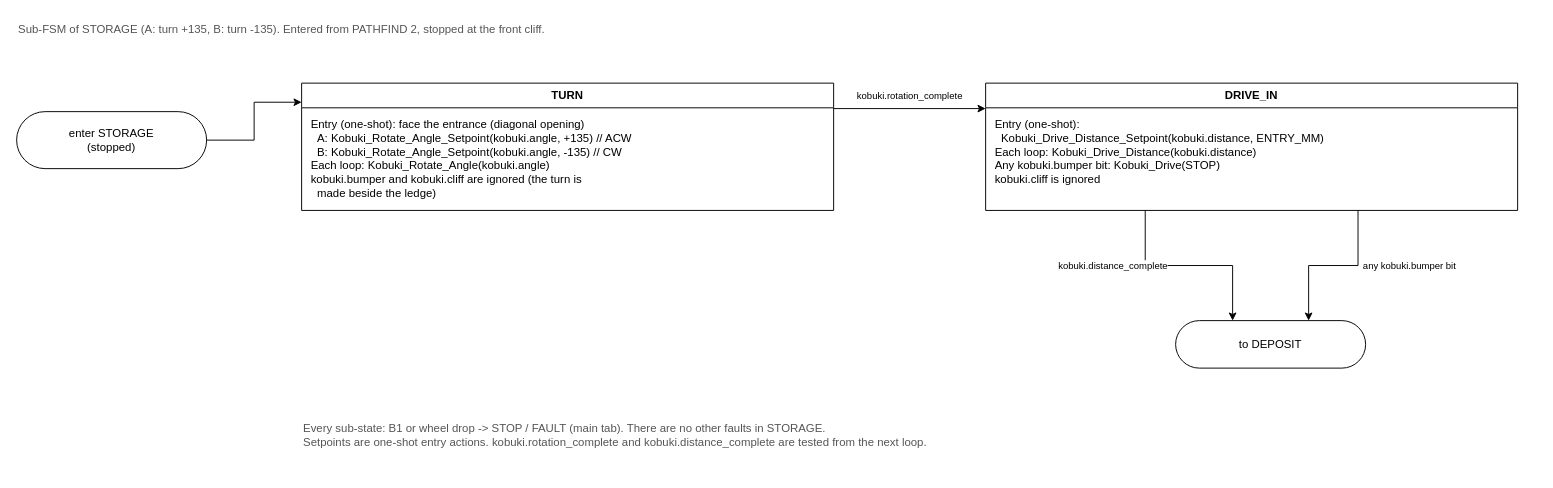
This is page "STORAGE" (3 of 3) of docs/amu_fsm.drawio from hiten011/MicroControllingProject, a draw.io file, before an edit. Source tidied: cells renumbered, new cells numbered last; positions are measured from the earlier drawing's top-left corner, leaving out a move shared by most shapes. Both pictures are drawn from the tidied source at 95%, with x=0, y=0 at pixel (16, 16).
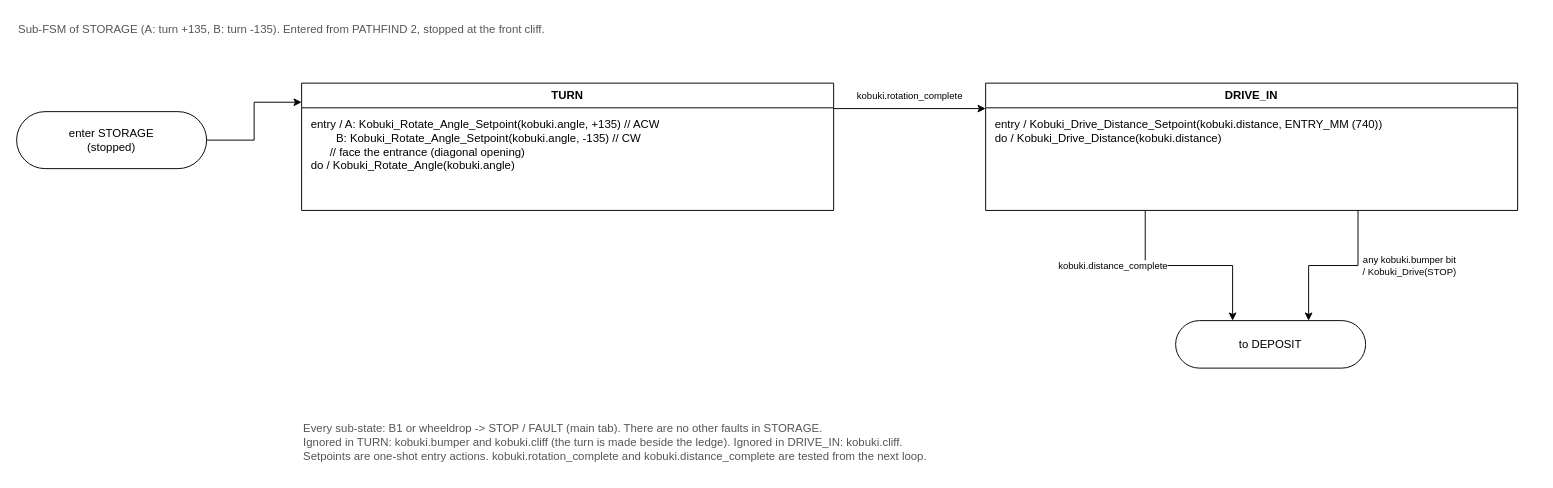
The same page after the edit.

Commit message (it also covers changes not shown here):
Show only actions in the FSM boxes, put every condition on the edges

Diff of the diagram source:
```diff
@@
 <mxGraphModel>
   <root>
     <mxCell id="0" />
     <mxCell id="1" parent="0" />
     <mxCell id="2" value="Sub-FSM of STORAGE (A: turn +135, B: turn -135). Entered from PATHFIND 2, stopped at the front cliff." style="text;html=1;align=left;verticalAlign=top;whiteSpace=wrap;fontSize=12;fontFamily=Helvetica;fontColor=#555555;" parent="1" vertex="1">
       <mxGeometry width="1600" height="27" as="geometry" />
     </mxCell>
     <mxCell id="3" value="enter STORAGE&lt;br&gt;(stopped)" style="rounded=1;arcSize=50;html=1;whiteSpace=wrap;align=center;verticalAlign=middle;fontSize=12;fontFamily=Helvetica;fillColor=#ffffff;strokeColor=#000000;" parent="1" vertex="1">
       <mxGeometry y="100" width="200" height="60" as="geometry" />
     </mxCell>
     <mxCell id="4" value="TURN" style="swimlane;fontStyle=1;align=center;verticalAlign=middle;startSize=26;horizontal=1;html=1;whiteSpace=wrap;fontSize=12;fontFamily=Helvetica;fillColor=#ffffff;strokeColor=#000000;swimlaneFillColor=#ffffff;" parent="1" vertex="1">
       <mxGeometry x="300" y="70" width="560" height="134" as="geometry" />
     </mxCell>
-    <mxCell id="5" value="Entry (one-shot): face the entrance (diagonal opening)&lt;br&gt;&amp;nbsp;&amp;nbsp;A: Kobuki_Rotate_Angle_Setpoint(kobuki.angle, +135)   // ACW&lt;br&gt;&amp;nbsp;&amp;nbsp;B: Kobuki_Rotate_Angle_Setpoint(kobuki.angle, -135)   // CW&lt;br&gt;Each loop: Kobuki_Rotate_Angle(kobuki.angle)&lt;br&gt;kobuki.bumper and kobuki.cliff are ignored (the turn is&lt;br&gt;&amp;nbsp;&amp;nbsp;made beside the ledge)" style="text;html=1;align=left;verticalAlign=top;whiteSpace=wrap;spacingLeft=8;spacingRight=6;spacingTop=4;fontSize=12;fontFamily=Helvetica;overflow=hidden;" parent="4" vertex="1">
+    <mxCell id="5" value="entry / A: Kobuki_Rotate_Angle_Setpoint(kobuki.angle, +135)   // ACW&lt;br&gt;&amp;nbsp;&amp;nbsp;&amp;nbsp;&amp;nbsp;&amp;nbsp;&amp;nbsp;&amp;nbsp;&amp;nbsp;B: Kobuki_Rotate_Angle_Setpoint(kobuki.angle, -135)   // CW&lt;br&gt;&amp;nbsp;&amp;nbsp;&amp;nbsp;&amp;nbsp;&amp;nbsp;&amp;nbsp;// face the entrance (diagonal opening)&lt;br&gt;do / Kobuki_Rotate_Angle(kobuki.angle)" style="text;html=1;align=left;verticalAlign=top;whiteSpace=wrap;spacingLeft=8;spacingRight=6;spacingTop=4;fontSize=12;fontFamily=Helvetica;overflow=hidden;" parent="4" vertex="1">
       <mxGeometry y="26" width="560" height="108" as="geometry" />
     </mxCell>
     <mxCell id="6" value="DRIVE_IN" style="swimlane;fontStyle=1;align=center;verticalAlign=middle;startSize=26;horizontal=1;html=1;whiteSpace=wrap;fontSize=12;fontFamily=Helvetica;fillColor=#ffffff;strokeColor=#000000;swimlaneFillColor=#ffffff;" parent="1" vertex="1">
       <mxGeometry x="1020" y="70" width="560" height="134" as="geometry" />
     </mxCell>
-    <mxCell id="7" value="Entry (one-shot):&lt;br&gt;&amp;nbsp;&amp;nbsp;Kobuki_Drive_Distance_Setpoint(kobuki.distance, ENTRY_MM)&lt;br&gt;Each loop: Kobuki_Drive_Distance(kobuki.distance)&lt;br&gt;Any kobuki.bumper bit: Kobuki_Drive(STOP)&lt;br&gt;kobuki.cliff is ignored" style="text;html=1;align=left;verticalAlign=top;whiteSpace=wrap;spacingLeft=8;spacingRight=6;spacingTop=4;fontSize=12;fontFamily=Helvetica;overflow=hidden;" parent="6" vertex="1">
+    <mxCell id="7" value="entry / Kobuki_Drive_Distance_Setpoint(kobuki.distance, ENTRY_MM (740))&lt;br&gt;do / Kobuki_Drive_Distance(kobuki.distance)" style="text;html=1;align=left;verticalAlign=top;whiteSpace=wrap;spacingLeft=8;spacingRight=6;spacingTop=4;fontSize=12;fontFamily=Helvetica;overflow=hidden;" parent="6" vertex="1">
       <mxGeometry y="26" width="560" height="108" as="geometry" />
     </mxCell>
     <mxCell id="8" value="to DEPOSIT" style="rounded=1;arcSize=50;html=1;whiteSpace=wrap;align=center;verticalAlign=middle;fontSize=12;fontFamily=Helvetica;fillColor=#ffffff;strokeColor=#000000;" parent="1" vertex="1">
       <mxGeometry x="1220" y="320" width="200" height="50" as="geometry" />
     </mxCell>
     <mxCell id="9" style="edgeStyle=orthogonalEdgeStyle;rounded=0;jettySize=auto;html=1;endArrow=classic;endFill=1;strokeColor=#000000;fontColor=#000000;fontSize=10;fontFamily=Helvetica;labelBackgroundColor=#ffffff;exitX=1.0000;exitY=0.5000;exitDx=0;exitDy=0;entryX=0.0000;entryY=0.1500;entryDx=0;entryDy=0;" parent="1" edge="1" source="3" target="4">
       <mxGeometry relative="1" as="geometry" />
     </mxCell>
     <mxCell id="10" value="kobuki.rotation_complete" style="edgeStyle=orthogonalEdgeStyle;rounded=0;jettySize=auto;html=1;endArrow=classic;endFill=1;strokeColor=#000000;fontColor=#000000;fontSize=10;fontFamily=Helvetica;labelBackgroundColor=#ffffff;exitX=1.0000;exitY=0.2000;exitDx=0;exitDy=0;entryX=0.0000;entryY=0.2000;entryDx=0;entryDy=0;" parent="1" edge="1" source="4" target="6">
       <mxGeometry relative="1" as="geometry">
         <mxPoint y="-14" as="offset" />
       </mxGeometry>
     </mxCell>
     <mxCell id="11" value="kobuki.distance_complete" style="edgeStyle=orthogonalEdgeStyle;rounded=0;jettySize=auto;html=1;endArrow=classic;endFill=1;strokeColor=#000000;fontColor=#000000;fontSize=10;fontFamily=Helvetica;labelBackgroundColor=#ffffff;exitX=0.3000;exitY=1.0000;exitDx=0;exitDy=0;entryX=0.3000;entryY=0.0000;entryDx=0;entryDy=0;" parent="1" edge="1" source="6" target="8">
       <mxGeometry relative="1" as="geometry">
         <mxPoint x="-80" as="offset" />
       </mxGeometry>
     </mxCell>
-    <mxCell id="12" value="any kobuki.bumper bit" style="edgeStyle=orthogonalEdgeStyle;rounded=0;jettySize=auto;html=1;endArrow=classic;endFill=1;strokeColor=#000000;fontColor=#000000;fontSize=10;fontFamily=Helvetica;labelBackgroundColor=#ffffff;exitX=0.7000;exitY=1.0000;exitDx=0;exitDy=0;entryX=0.7000;entryY=0.0000;entryDx=0;entryDy=0;" parent="1" edge="1" source="6" target="8">
+    <mxCell id="12" value="any kobuki.bumper bit&lt;br&gt;/ Kobuki_Drive(STOP)" style="edgeStyle=orthogonalEdgeStyle;rounded=0;jettySize=auto;html=1;endArrow=classic;endFill=1;strokeColor=#000000;fontColor=#000000;fontSize=10;fontFamily=Helvetica;labelBackgroundColor=#ffffff;exitX=0.7000;exitY=1.0000;exitDx=0;exitDy=0;entryX=0.7000;entryY=0.0000;entryDx=0;entryDy=0;" parent="1" edge="1" source="6" target="8">
       <mxGeometry relative="1" as="geometry">
         <mxPoint x="80" as="offset" />
       </mxGeometry>
     </mxCell>
-    <mxCell id="13" value="Every sub-state: B1 or wheel drop -&amp;gt; STOP / FAULT (main tab). There are no other faults in STORAGE.&lt;br&gt;Setpoints are one-shot entry actions. kobuki.rotation_complete and kobuki.distance_complete are tested from the next loop." style="text;html=1;align=left;verticalAlign=top;whiteSpace=wrap;fontSize=12;fontFamily=Helvetica;fontColor=#555555;" parent="1" vertex="1">
-      <mxGeometry x="300" y="420" width="1300" height="42" as="geometry" />
+    <mxCell id="13" value="Every sub-state: B1 or wheeldrop -&amp;gt; STOP / FAULT (main tab). There are no other faults in STORAGE.&lt;br&gt;Ignored in TURN: kobuki.bumper and kobuki.cliff (the turn is made beside the ledge). Ignored in DRIVE_IN: kobuki.cliff.&lt;br&gt;Setpoints are one-shot entry actions. kobuki.rotation_complete and kobuki.distance_complete are tested from the next loop." style="text;html=1;align=left;verticalAlign=top;whiteSpace=wrap;fontSize=12;fontFamily=Helvetica;fontColor=#555555;" parent="1" vertex="1">
+      <mxGeometry x="300" y="420" width="1300" height="60" as="geometry" />
     </mxCell>
   </root>
 </mxGraphModel>
```
